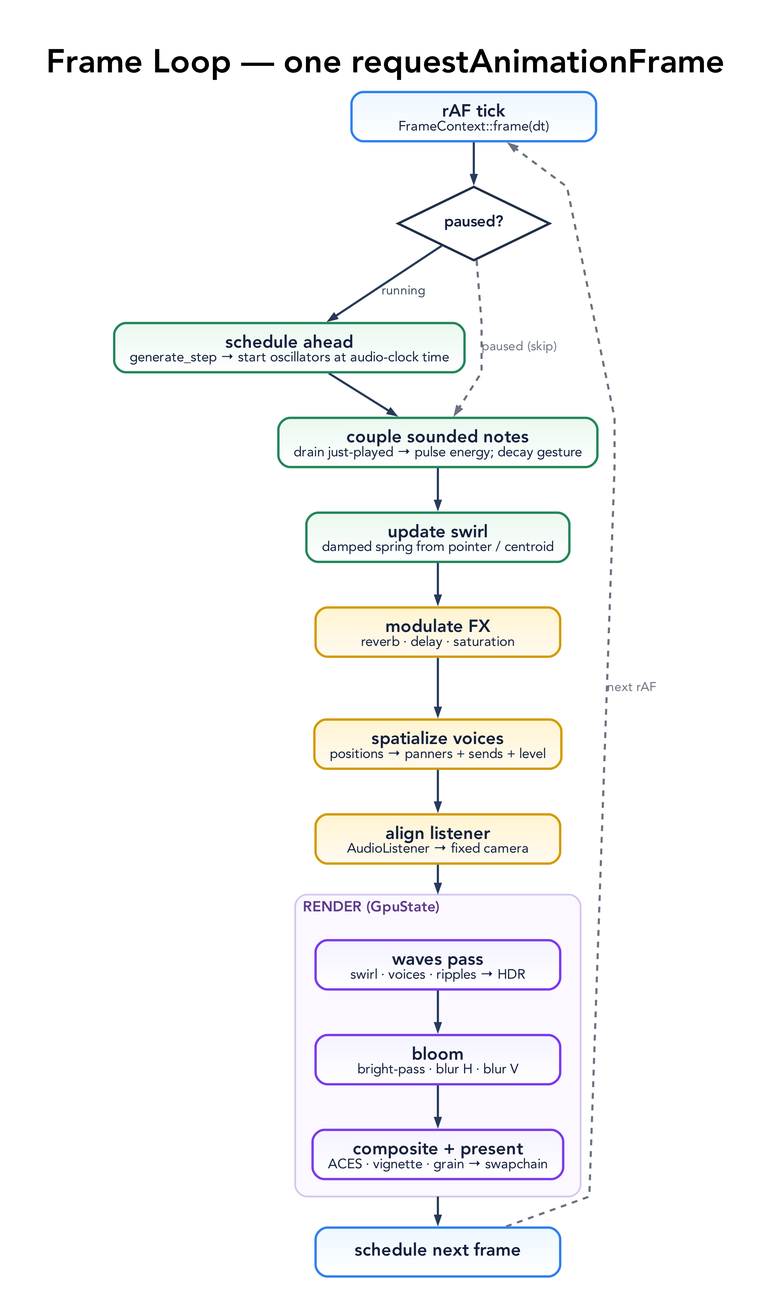
Earlier version of the Graphviz export docs/diagrams/frame-loop.png (tre-systems/geno-2). Its source is kept beside it as docs/diagrams/frame-loop.dot.
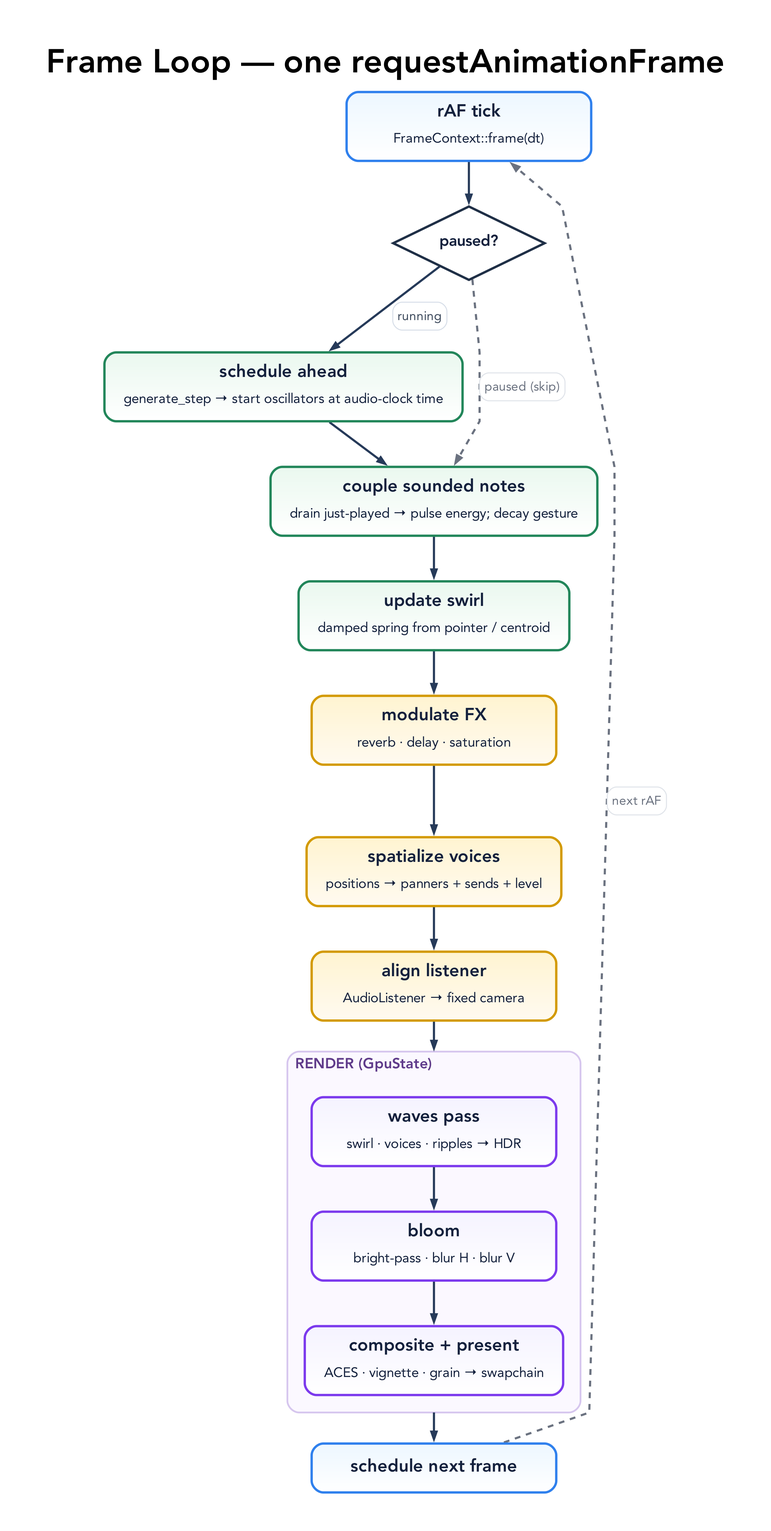
After the change.

Diff of the diagram source:
```diff
@@ -44,17 +44,17 @@
     arrowsize=0.78
   ];
 
-  START [label=<<B>rAF tick</B><BR/><FONT POINT-SIZE="14">FrameContext::frame(dt)</FONT>>, shape=box, fillcolor="#edf7ff:#ffffff", color="#2f80ed"];
+  START [label=<<TABLE BORDER="0" CELLBORDER="0" CELLSPACING="0" CELLPADDING="0"><TR><TD><B>rAF tick</B></TD></TR><TR><TD CELLPADDING="4"><FONT POINT-SIZE="14">FrameContext::frame(dt)</FONT></TD></TR></TABLE>>, shape=box, fillcolor="#edf7ff:#ffffff", color="#2f80ed"];
 
   PAUSED [label=<<B>paused?</B>>, shape=diamond, style=filled, fillcolor="#ffffff", color="#1f2f46", penwidth=2.4, width=1.6, height=1.05, fontsize=16];
 
-  TICK [label=<<B>schedule ahead</B><BR/><FONT POINT-SIZE="14">generate_step → start oscillators at audio-clock time</FONT>>];
+  TICK [label=<<TABLE BORDER="0" CELLBORDER="0" CELLSPACING="0" CELLPADDING="0"><TR><TD><B>schedule ahead</B></TD></TR><TR><TD CELLPADDING="4"><FONT POINT-SIZE="14">generate_step → start oscillators at audio-clock time</FONT></TD></TR></TABLE>>];
 
-  PULSE [label=<<B>couple sounded notes</B><BR/><FONT POINT-SIZE="14">drain just-played → pulse energy; decay gesture</FONT>>];
-  SWIRL [label=<<B>update swirl</B><BR/><FONT POINT-SIZE="14">damped spring from pointer / centroid</FONT>>];
-  FXMOD [label=<<B>modulate FX</B><BR/><FONT POINT-SIZE="14">reverb · delay · saturation</FONT>>, fillcolor="#fff4d1:#fffaf0", color="#d39a00"];
-  SPAT [label=<<B>spatialize voices</B><BR/><FONT POINT-SIZE="14">positions → panners + sends + level</FONT>>, fillcolor="#fff4d1:#fffaf0", color="#d39a00"];
-  LISTENER [label=<<B>align listener</B><BR/><FONT POINT-SIZE="14">AudioListener → fixed camera</FONT>>, fillcolor="#fff4d1:#fffaf0", color="#d39a00"];
+  PULSE [label=<<TABLE BORDER="0" CELLBORDER="0" CELLSPACING="0" CELLPADDING="0"><TR><TD><B>couple sounded notes</B></TD></TR><TR><TD CELLPADDING="4"><FONT POINT-SIZE="14">drain just-played → pulse energy; decay gesture</FONT></TD></TR></TABLE>>];
+  SWIRL [label=<<TABLE BORDER="0" CELLBORDER="0" CELLSPACING="0" CELLPADDING="0"><TR><TD><B>update swirl</B></TD></TR><TR><TD CELLPADDING="4"><FONT POINT-SIZE="14">damped spring from pointer / centroid</FONT></TD></TR></TABLE>>];
+  FXMOD [label=<<TABLE BORDER="0" CELLBORDER="0" CELLSPACING="0" CELLPADDING="0"><TR><TD><B>modulate FX</B></TD></TR><TR><TD CELLPADDING="4"><FONT POINT-SIZE="14">reverb · delay · saturation</FONT></TD></TR></TABLE>>, fillcolor="#fff4d1:#fffaf0", color="#d39a00"];
+  SPAT [label=<<TABLE BORDER="0" CELLBORDER="0" CELLSPACING="0" CELLPADDING="0"><TR><TD><B>spatialize voices</B></TD></TR><TR><TD CELLPADDING="4"><FONT POINT-SIZE="14">positions → panners + sends + level</FONT></TD></TR></TABLE>>, fillcolor="#fff4d1:#fffaf0", color="#d39a00"];
+  LISTENER [label=<<TABLE BORDER="0" CELLBORDER="0" CELLSPACING="0" CELLPADDING="0"><TR><TD><B>align listener</B></TD></TR><TR><TD CELLPADDING="4"><FONT POINT-SIZE="14">AudioListener → fixed camera</FONT></TD></TR></TABLE>>, fillcolor="#fff4d1:#fffaf0", color="#d39a00"];
 
   subgraph cluster_render {
     graph [
@@ -62,20 +62,20 @@
       labelloc=t, labeljust=l,
       color="#d6c6ee", fillcolor="#fbf8ff", style="rounded,filled", penwidth=1.8, margin=18
     ];
-    WAVES [label=<<B>waves pass</B><BR/><FONT POINT-SIZE="14">swirl · voices · ripples → HDR</FONT>>, fillcolor="#f5f3ff:#ffffff", color="#7c3aed"];
-    BLOOM [label=<<B>bloom</B><BR/><FONT POINT-SIZE="14">bright-pass · blur H · blur V</FONT>>, fillcolor="#f5f3ff:#ffffff", color="#7c3aed"];
-    COMPOSITE [label=<<B>composite + present</B><BR/><FONT POINT-SIZE="14">ACES · vignette · grain → swapchain</FONT>>, fillcolor="#f5f3ff:#ffffff", color="#7c3aed"];
+    WAVES [label=<<TABLE BORDER="0" CELLBORDER="0" CELLSPACING="0" CELLPADDING="0"><TR><TD><B>waves pass</B></TD></TR><TR><TD CELLPADDING="4"><FONT POINT-SIZE="14">swirl · voices · ripples → HDR</FONT></TD></TR></TABLE>>, fillcolor="#f5f3ff:#ffffff", color="#7c3aed"];
+    BLOOM [label=<<TABLE BORDER="0" CELLBORDER="0" CELLSPACING="0" CELLPADDING="0"><TR><TD><B>bloom</B></TD></TR><TR><TD CELLPADDING="4"><FONT POINT-SIZE="14">bright-pass · blur H · blur V</FONT></TD></TR></TABLE>>, fillcolor="#f5f3ff:#ffffff", color="#7c3aed"];
+    COMPOSITE [label=<<TABLE BORDER="0" CELLBORDER="0" CELLSPACING="0" CELLPADDING="0"><TR><TD><B>composite + present</B></TD></TR><TR><TD CELLPADDING="4"><FONT POINT-SIZE="14">ACES · vignette · grain → swapchain</FONT></TD></TR></TABLE>>, fillcolor="#f5f3ff:#ffffff", color="#7c3aed"];
     WAVES -> BLOOM -> COMPOSITE;
   }
 
   NEXT [label=<<B>schedule next frame</B>>, shape=box, fillcolor="#edf7ff:#ffffff", color="#2f80ed"];
 
   START -> PAUSED;
-  PAUSED -> TICK [label="running"];
-  PAUSED -> PULSE [label="paused (skip)", color="#6b7280", fontcolor="#6b7280", style=dashed];
+  PAUSED -> TICK [label=<<TABLE BORDER="1" CELLBORDER="0" STYLE="ROUNDED" COLOR="#d7dee8" BGCOLOR="#ffffff" CELLSPACING="0" CELLPADDING="4"><TR><TD><FONT POINT-SIZE="13" COLOR="#3d4a5c">running</FONT></TD></TR></TABLE>>];
+  PAUSED -> PULSE [label=<<TABLE BORDER="1" CELLBORDER="0" STYLE="ROUNDED" COLOR="#dfe3e9" BGCOLOR="#ffffff" CELLSPACING="0" CELLPADDING="4"><TR><TD><FONT POINT-SIZE="13" COLOR="#6b7280">paused (skip)</FONT></TD></TR></TABLE>>, color="#6b7280", fontcolor="#6b7280", style=dashed];
   TICK -> PULSE;
   PULSE -> SWIRL -> FXMOD -> SPAT -> LISTENER;
   LISTENER -> WAVES [lhead=cluster_render];
   COMPOSITE -> NEXT [ltail=cluster_render];
-  NEXT -> START [label="next rAF", constraint=false, color="#6b7280", fontcolor="#6b7280", style=dashed];
+  NEXT -> START [label=<<TABLE BORDER="1" CELLBORDER="0" STYLE="ROUNDED" COLOR="#dfe3e9" BGCOLOR="#ffffff" CELLSPACING="0" CELLPADDING="4"><TR><TD><FONT POINT-SIZE="13" COLOR="#6b7280">next rAF</FONT></TD></TR></TABLE>>, constraint=false, color="#6b7280", fontcolor="#6b7280", style=dashed];
 }
```
